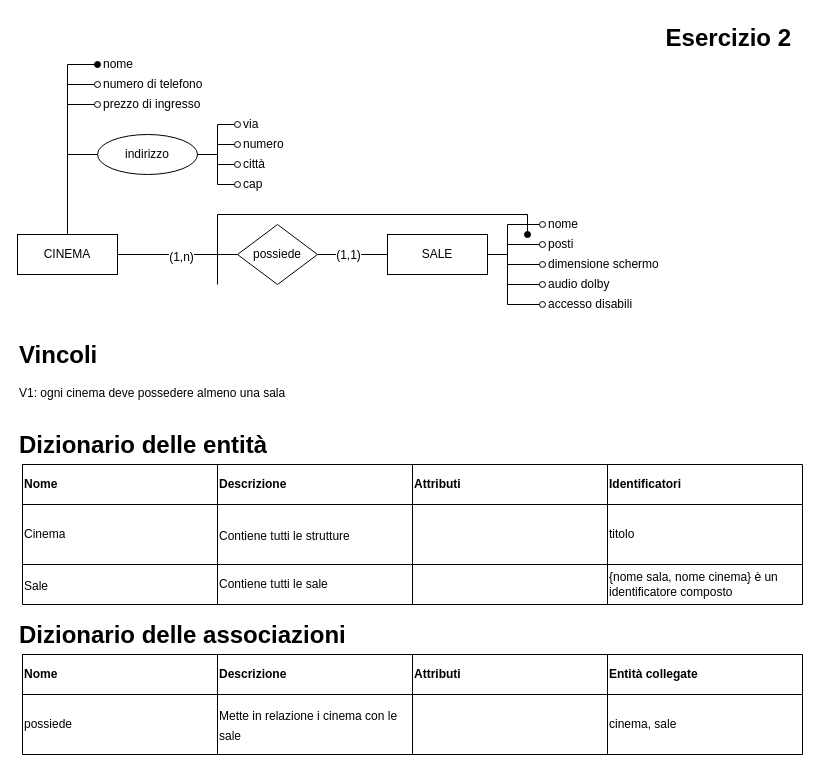
This is page "Page-2" (2 of 5) of esercizio_cinema/Esercizio-Cinema.drawio from RaphyJake/Basi-di-dati, a draw.io file, before an edit. Source tidied: cells renumbered, new cells numbered last; positions are measured from the earlier drawing's top-left corner, leaving out a move shared by most shapes. Both pictures are drawn from the tidied source at 100%, with x=0, y=0 at pixel (17, 17).
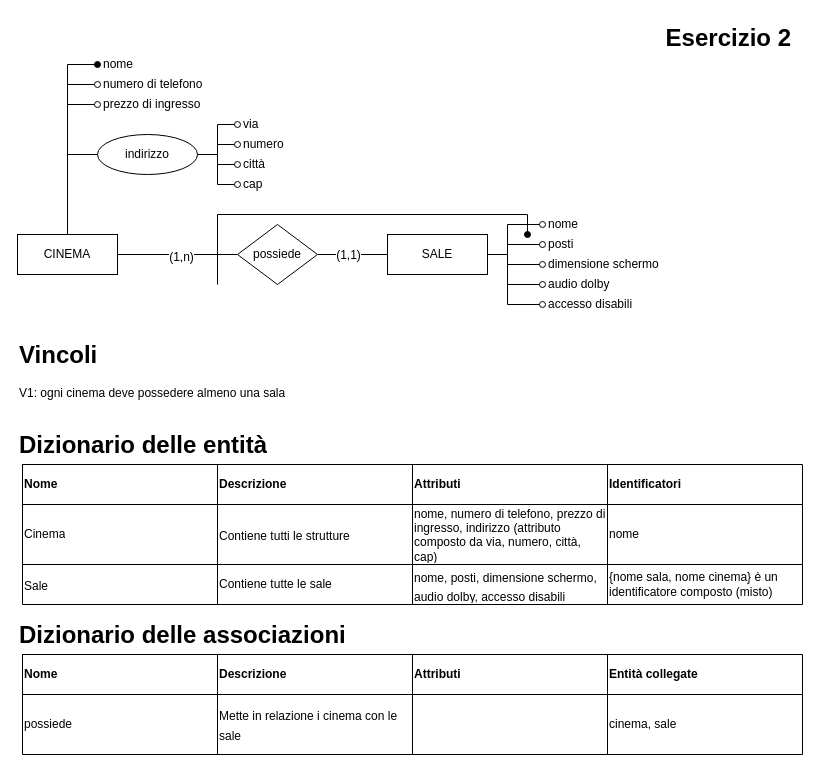
After the change.

The change refers to these unchanged cells:
```xml
<mxCell id="44" style="shape=tableRow;horizontal=0;startSize=0;swimlaneHead=0;swimlaneBody=0;strokeColor=inherit;top=0;left=0;bottom=0;right=0;fillColor=none;fontSize=16;" parent="38" vertex="1">
  <mxGeometry y="40" width="780" height="60" as="geometry" />
</mxCell>
<mxCell id="49" style="shape=tableRow;horizontal=0;startSize=0;swimlaneHead=0;swimlaneBody=0;strokeColor=inherit;top=0;left=0;bottom=0;right=0;fillColor=none;fontSize=16;" parent="38" vertex="1">
  <mxGeometry y="100" width="780" height="40" as="geometry" />
</mxCell>
```

Diff of the diagram source:
```diff
@@
-    <mxCell id="47" style="shape=partialRectangle;html=1;whiteSpace=wrap;strokeColor=inherit;overflow=hidden;fillColor=none;top=0;left=0;bottom=0;right=0;fontSize=12;align=left;" parent="44" vertex="1">
+    <mxCell id="47" value="nome, numero di telefono, prezzo di ingresso, indirizzo (attributo composto da via, numero, città, cap)" style="shape=partialRectangle;html=1;whiteSpace=wrap;strokeColor=inherit;overflow=hidden;fillColor=none;top=0;left=0;bottom=0;right=0;fontSize=12;align=left;" parent="44" vertex="1">
       <mxGeometry x="390" width="195" height="60" as="geometry" />
     </mxCell>
-    <mxCell id="48" value="titolo" style="shape=partialRectangle;html=1;whiteSpace=wrap;strokeColor=inherit;overflow=hidden;fillColor=none;top=0;left=0;bottom=0;right=0;fontSize=12;align=left;" parent="44" vertex="1">
+    <mxCell id="48" value="nome" style="shape=partialRectangle;html=1;whiteSpace=wrap;strokeColor=inherit;overflow=hidden;fillColor=none;top=0;left=0;bottom=0;right=0;fontSize=12;align=left;" parent="44" vertex="1">
       <mxGeometry x="585" width="195" height="60" as="geometry" />
     </mxCell>
@@
-    <mxCell id="51" value="Contiene tutti le sale" style="shape=partialRectangle;html=1;whiteSpace=wrap;strokeColor=inherit;overflow=hidden;fillColor=none;top=0;left=0;bottom=0;right=0;fontSize=12;align=left;" parent="49" vertex="1">
+    <mxCell id="51" value="Contiene tutte le sale" style="shape=partialRectangle;html=1;whiteSpace=wrap;strokeColor=inherit;overflow=hidden;fillColor=none;top=0;left=0;bottom=0;right=0;fontSize=12;align=left;" parent="49" vertex="1">
       <mxGeometry x="195" width="195" height="40" as="geometry" />
     </mxCell>
-    <mxCell id="52" style="shape=partialRectangle;html=1;whiteSpace=wrap;strokeColor=inherit;overflow=hidden;fillColor=none;top=0;left=0;bottom=0;right=0;fontSize=16;" parent="49" vertex="1">
+    <mxCell id="52" value="&lt;font style=&quot;font-size: 12px;&quot;&gt;nome, posti, dimensione schermo, audio dolby, accesso disabili&lt;/font&gt;" style="shape=partialRectangle;html=1;whiteSpace=wrap;strokeColor=inherit;overflow=hidden;fillColor=none;top=0;left=0;bottom=0;right=0;fontSize=16;align=left;" parent="49" vertex="1">
       <mxGeometry x="390" width="195" height="40" as="geometry" />
     </mxCell>
-    <mxCell id="53" value="{nome sala, nome cinema} è un identificatore composto" style="shape=partialRectangle;html=1;whiteSpace=wrap;strokeColor=inherit;overflow=hidden;fillColor=none;top=0;left=0;bottom=0;right=0;fontSize=12;align=left;" parent="49" vertex="1">
+    <mxCell id="53" value="{nome sala, nome cinema} è un identificatore composto (misto)" style="shape=partialRectangle;html=1;whiteSpace=wrap;strokeColor=inherit;overflow=hidden;fillColor=none;top=0;left=0;bottom=0;right=0;fontSize=12;align=left;" parent="49" vertex="1">
       <mxGeometry x="585" width="195" height="40" as="geometry" />
     </mxCell>
```
